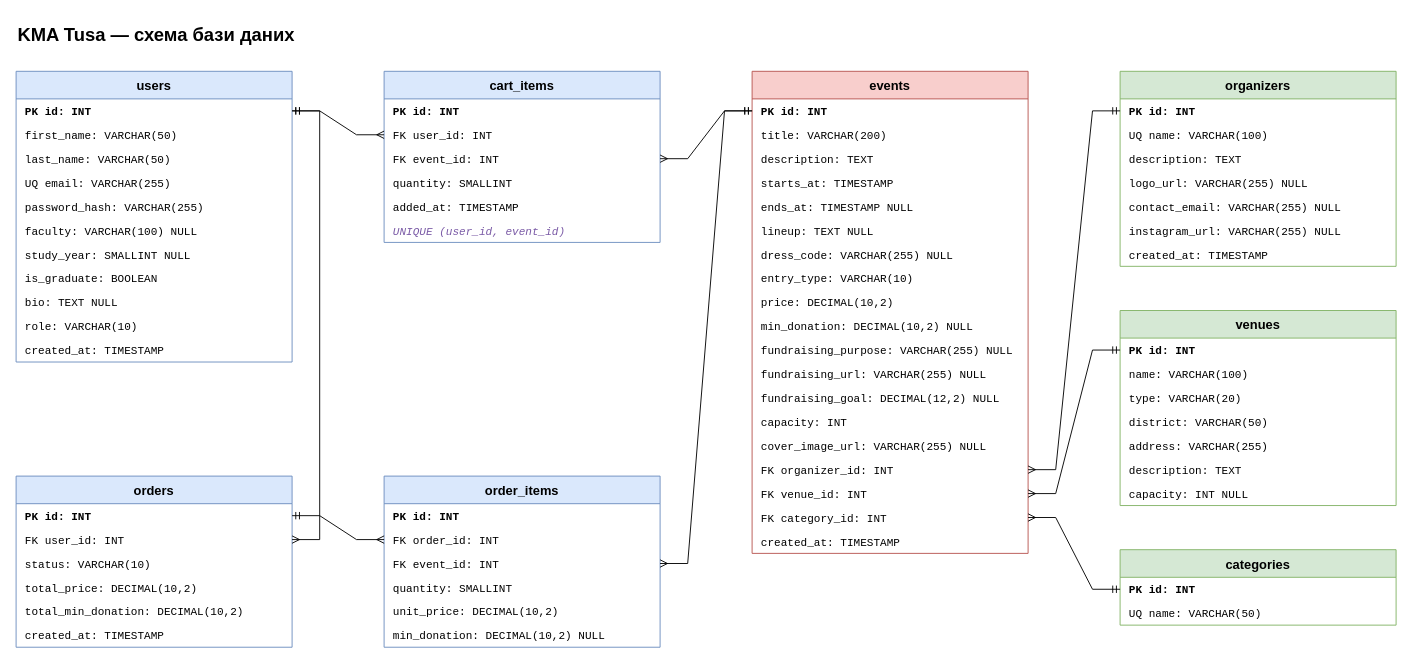
Above: docs/db-schema.drawio in Jorjio0/kma-tusa (draw.io), before the change. Source tidied: cells renumbered, new cells numbered last; positions are measured from the earlier drawing's top-left corner, leaving out a move shared by most shapes. Both pictures are drawn from the tidied source at 92%, with x=0, y=0 at pixel (16, 16).
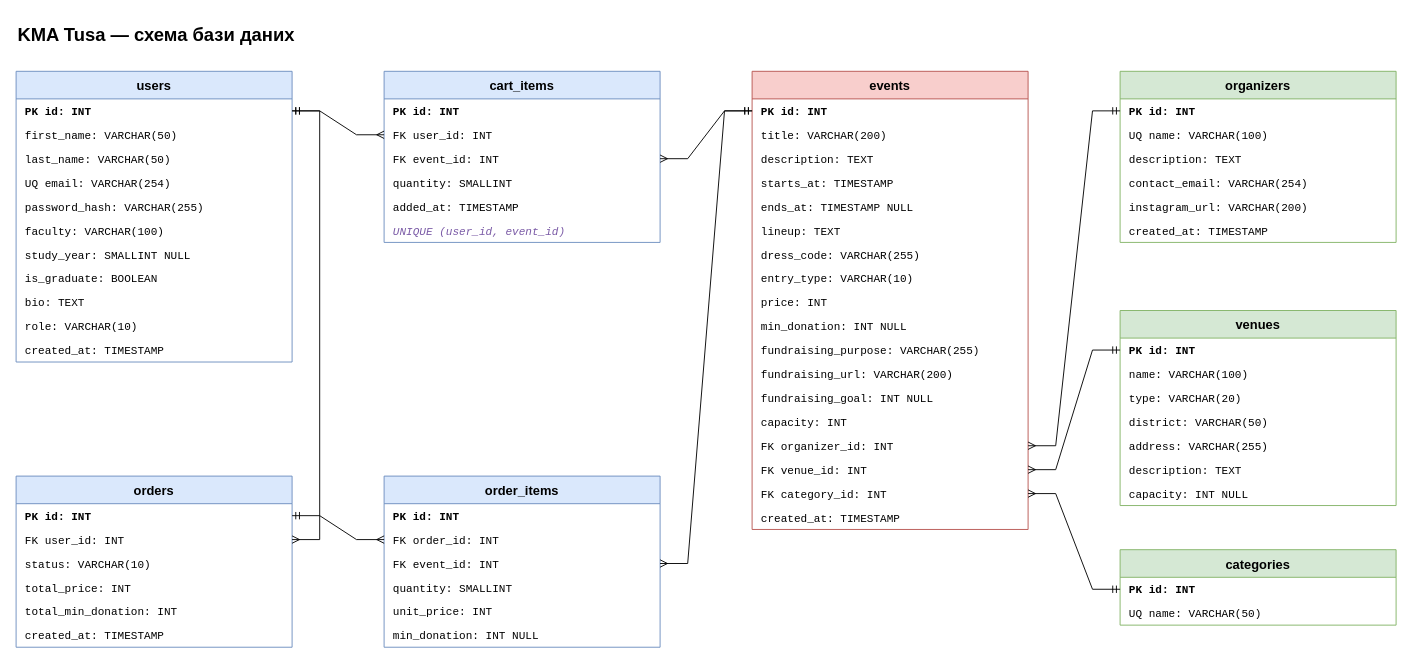
The same diagram, later.

Commit message (it also covers changes not shown here):
Update README and DB schema to match the implemented API

The change refers to these unchanged cells:
```xml
<mxCell id="3" value="users" style="swimlane;fontStyle=1;horizontal=1;startSize=30;fillColor=#dae8fc;strokeColor=#6c8ebf;fontSize=14;" parent="1" vertex="1">
  <mxGeometry y="60" width="300" height="316" as="geometry" />
</mxCell>
<mxCell id="15" value="orders" style="swimlane;fontStyle=1;horizontal=1;startSize=30;fillColor=#dae8fc;strokeColor=#6c8ebf;fontSize=14;" parent="1" vertex="1">
  <mxGeometry y="500" width="300" height="186" as="geometry" />
</mxCell>
<mxCell id="29" value="order_items" style="swimlane;fontStyle=1;horizontal=1;startSize=30;fillColor=#dae8fc;strokeColor=#6c8ebf;fontSize=14;" parent="1" vertex="1">
  <mxGeometry x="400" y="500" width="300" height="186" as="geometry" />
</mxCell>
```

The edit, as a diff of the source:
```diff
@@
-    <mxCell id="7" value="UQ  email: VARCHAR(255)" style="text;strokeColor=none;fillColor=none;align=left;verticalAlign=middle;spacingLeft=8;spacingRight=4;overflow=hidden;fontFamily=Courier New;" parent="3" vertex="1">
+    <mxCell id="7" value="UQ  email: VARCHAR(254)" style="text;strokeColor=none;fillColor=none;align=left;verticalAlign=middle;spacingLeft=8;spacingRight=4;overflow=hidden;fontFamily=Courier New;" parent="3" vertex="1">
       <mxGeometry y="108" width="300" height="26" as="geometry" />
     </mxCell>
@@
-    <mxCell id="9" value="     faculty: VARCHAR(100) NULL" style="text;strokeColor=none;fillColor=none;align=left;verticalAlign=middle;spacingLeft=8;spacingRight=4;overflow=hidden;fontFamily=Courier New;" parent="3" vertex="1">
+    <mxCell id="9" value="     faculty: VARCHAR(100)" style="text;strokeColor=none;fillColor=none;align=left;verticalAlign=middle;spacingLeft=8;spacingRight=4;overflow=hidden;fontFamily=Courier New;" parent="3" vertex="1">
       <mxGeometry y="160" width="300" height="26" as="geometry" />
     </mxCell>
@@
-    <mxCell id="12" value="     bio: TEXT NULL" style="text;strokeColor=none;fillColor=none;align=left;verticalAlign=middle;spacingLeft=8;spacingRight=4;overflow=hidden;fontFamily=Courier New;" parent="3" vertex="1">
+    <mxCell id="12" value="     bio: TEXT" style="text;strokeColor=none;fillColor=none;align=left;verticalAlign=middle;spacingLeft=8;spacingRight=4;overflow=hidden;fontFamily=Courier New;" parent="3" vertex="1">
       <mxGeometry y="238" width="300" height="26" as="geometry" />
     </mxCell>
@@
-    <mxCell id="19" value="     total_price: DECIMAL(10,2)" style="text;strokeColor=none;fillColor=none;align=left;verticalAlign=middle;spacingLeft=8;spacingRight=4;overflow=hidden;fontFamily=Courier New;" parent="15" vertex="1">
+    <mxCell id="19" value="     total_price: INT" style="text;strokeColor=none;fillColor=none;align=left;verticalAlign=middle;spacingLeft=8;spacingRight=4;overflow=hidden;fontFamily=Courier New;" parent="15" vertex="1">
       <mxGeometry y="108" width="300" height="26" as="geometry" />
     </mxCell>
-    <mxCell id="20" value="     total_min_donation: DECIMAL(10,2)" style="text;strokeColor=none;fillColor=none;align=left;verticalAlign=middle;spacingLeft=8;spacingRight=4;overflow=hidden;fontFamily=Courier New;" parent="15" vertex="1">
+    <mxCell id="20" value="     total_min_donation: INT" style="text;strokeColor=none;fillColor=none;align=left;verticalAlign=middle;spacingLeft=8;spacingRight=4;overflow=hidden;fontFamily=Courier New;" parent="15" vertex="1">
       <mxGeometry y="134" width="300" height="26" as="geometry" />
     </mxCell>
@@
-    <mxCell id="34" value="     unit_price: DECIMAL(10,2)" style="text;strokeColor=none;fillColor=none;align=left;verticalAlign=middle;spacingLeft=8;spacingRight=4;overflow=hidden;fontFamily=Courier New;" parent="29" vertex="1">
+    <mxCell id="34" value="     unit_price: INT" style="text;strokeColor=none;fillColor=none;align=left;verticalAlign=middle;spacingLeft=8;spacingRight=4;overflow=hidden;fontFamily=Courier New;" parent="29" vertex="1">
       <mxGeometry y="134" width="300" height="26" as="geometry" />
     </mxCell>
-    <mxCell id="35" value="     min_donation: DECIMAL(10,2) NULL" style="text;strokeColor=none;fillColor=none;align=left;verticalAlign=middle;spacingLeft=8;spacingRight=4;overflow=hidden;fontFamily=Courier New;" parent="29" vertex="1">
+    <mxCell id="35" value="     min_donation: INT NULL" style="text;strokeColor=none;fillColor=none;align=left;verticalAlign=middle;spacingLeft=8;spacingRight=4;overflow=hidden;fontFamily=Courier New;" parent="29" vertex="1">
       <mxGeometry y="160" width="300" height="26" as="geometry" />
     </mxCell>
     <mxCell id="36" value="events" style="swimlane;fontStyle=1;horizontal=1;startSize=30;fillColor=#f8cecc;strokeColor=#b85450;fontSize=14;" parent="1" vertex="1">
-      <mxGeometry x="800" y="60" width="300" height="524" as="geometry" />
+      <mxGeometry x="800" y="60" width="300" height="498" as="geometry" />
     </mxCell>
@@
-    <mxCell id="42" value="     lineup: TEXT NULL" style="text;strokeColor=none;fillColor=none;align=left;verticalAlign=middle;spacingLeft=8;spacingRight=4;overflow=hidden;fontFamily=Courier New;" parent="36" vertex="1">
+    <mxCell id="42" value="     lineup: TEXT" style="text;strokeColor=none;fillColor=none;align=left;verticalAlign=middle;spacingLeft=8;spacingRight=4;overflow=hidden;fontFamily=Courier New;" parent="36" vertex="1">
       <mxGeometry y="160" width="300" height="26" as="geometry" />
     </mxCell>
-    <mxCell id="43" value="     dress_code: VARCHAR(255) NULL" style="text;strokeColor=none;fillColor=none;align=left;verticalAlign=middle;spacingLeft=8;spacingRight=4;overflow=hidden;fontFamily=Courier New;" parent="36" vertex="1">
+    <mxCell id="43" value="     dress_code: VARCHAR(255)" style="text;strokeColor=none;fillColor=none;align=left;verticalAlign=middle;spacingLeft=8;spacingRight=4;overflow=hidden;fontFamily=Courier New;" parent="36" vertex="1">
       <mxGeometry y="186" width="300" height="26" as="geometry" />
     </mxCell>
@@
-    <mxCell id="45" value="     price: DECIMAL(10,2)" style="text;strokeColor=none;fillColor=none;align=left;verticalAlign=middle;spacingLeft=8;spacingRight=4;overflow=hidden;fontFamily=Courier New;" parent="36" vertex="1">
+    <mxCell id="45" value="     price: INT" style="text;strokeColor=none;fillColor=none;align=left;verticalAlign=middle;spacingLeft=8;spacingRight=4;overflow=hidden;fontFamily=Courier New;" parent="36" vertex="1">
       <mxGeometry y="238" width="300" height="26" as="geometry" />
     </mxCell>
-    <mxCell id="46" value="     min_donation: DECIMAL(10,2) NULL" style="text;strokeColor=none;fillColor=none;align=left;verticalAlign=middle;spacingLeft=8;spacingRight=4;overflow=hidden;fontFamily=Courier New;" parent="36" vertex="1">
+    <mxCell id="46" value="     min_donation: INT NULL" style="text;strokeColor=none;fillColor=none;align=left;verticalAlign=middle;spacingLeft=8;spacingRight=4;overflow=hidden;fontFamily=Courier New;" parent="36" vertex="1">
       <mxGeometry y="264" width="300" height="26" as="geometry" />
     </mxCell>
-    <mxCell id="47" value="     fundraising_purpose: VARCHAR(255) NULL" style="text;strokeColor=none;fillColor=none;align=left;verticalAlign=middle;spacingLeft=8;spacingRight=4;overflow=hidden;fontFamily=Courier New;" parent="36" vertex="1">
+    <mxCell id="47" value="     fundraising_purpose: VARCHAR(255)" style="text;strokeColor=none;fillColor=none;align=left;verticalAlign=middle;spacingLeft=8;spacingRight=4;overflow=hidden;fontFamily=Courier New;" parent="36" vertex="1">
       <mxGeometry y="290" width="300" height="26" as="geometry" />
     </mxCell>
-    <mxCell id="48" value="     fundraising_url: VARCHAR(255) NULL" style="text;strokeColor=none;fillColor=none;align=left;verticalAlign=middle;spacingLeft=8;spacingRight=4;overflow=hidden;fontFamily=Courier New;" parent="36" vertex="1">
+    <mxCell id="48" value="     fundraising_url: VARCHAR(200)" style="text;strokeColor=none;fillColor=none;align=left;verticalAlign=middle;spacingLeft=8;spacingRight=4;overflow=hidden;fontFamily=Courier New;" parent="36" vertex="1">
       <mxGeometry y="316" width="300" height="26" as="geometry" />
     </mxCell>
-    <mxCell id="49" value="     fundraising_goal: DECIMAL(12,2) NULL" style="text;strokeColor=none;fillColor=none;align=left;verticalAlign=middle;spacingLeft=8;spacingRight=4;overflow=hidden;fontFamily=Courier New;" parent="36" vertex="1">
+    <mxCell id="49" value="     fundraising_goal: INT NULL" style="text;strokeColor=none;fillColor=none;align=left;verticalAlign=middle;spacingLeft=8;spacingRight=4;overflow=hidden;fontFamily=Courier New;" parent="36" vertex="1">
       <mxGeometry y="342" width="300" height="26" as="geometry" />
     </mxCell>
@@
-    <mxCell id="51" value="     cover_image_url: VARCHAR(255) NULL" style="text;strokeColor=none;fillColor=none;align=left;verticalAlign=middle;spacingLeft=8;spacingRight=4;overflow=hidden;fontFamily=Courier New;" parent="36" vertex="1">
-      <mxGeometry y="394" width="300" height="26" as="geometry" />
-    </mxCell>
     <mxCell id="52" value="FK  organizer_id: INT" style="text;strokeColor=none;fillColor=none;align=left;verticalAlign=middle;spacingLeft=8;spacingRight=4;overflow=hidden;points=[[0,0.5],[1,0.5]];portConstraint=eastwest;fontFamily=Courier New;" parent="36" vertex="1">
-      <mxGeometry y="420" width="300" height="26" as="geometry" />
+      <mxGeometry y="394" width="300" height="26" as="geometry" />
     </mxCell>
     <mxCell id="53" value="FK  venue_id: INT" style="text;strokeColor=none;fillColor=none;align=left;verticalAlign=middle;spacingLeft=8;spacingRight=4;overflow=hidden;points=[[0,0.5],[1,0.5]];portConstraint=eastwest;fontFamily=Courier New;" parent="36" vertex="1">
-      <mxGeometry y="446" width="300" height="26" as="geometry" />
+      <mxGeometry y="420" width="300" height="26" as="geometry" />
     </mxCell>
     <mxCell id="54" value="FK  category_id: INT" style="text;strokeColor=none;fillColor=none;align=left;verticalAlign=middle;spacingLeft=8;spacingRight=4;overflow=hidden;points=[[0,0.5],[1,0.5]];portConstraint=eastwest;fontFamily=Courier New;" parent="36" vertex="1">
-      <mxGeometry y="472" width="300" height="26" as="geometry" />
+      <mxGeometry y="446" width="300" height="26" as="geometry" />
     </mxCell>
     <mxCell id="55" value="     created_at: TIMESTAMP" style="text;strokeColor=none;fillColor=none;align=left;verticalAlign=middle;spacingLeft=8;spacingRight=4;overflow=hidden;fontFamily=Courier New;" parent="36" vertex="1">
-      <mxGeometry y="498" width="300" height="26" as="geometry" />
+      <mxGeometry y="472" width="300" height="26" as="geometry" />
     </mxCell>
     <mxCell id="56" value="organizers" style="swimlane;fontStyle=1;horizontal=1;startSize=30;fillColor=#d5e8d4;strokeColor=#82b366;fontSize=14;" parent="1" vertex="1">
-      <mxGeometry x="1200" y="60" width="300" height="212" as="geometry" />
+      <mxGeometry x="1200" y="60" width="300" height="186" as="geometry" />
     </mxCell>
@@
-    <mxCell id="60" value="     logo_url: VARCHAR(255) NULL" style="text;strokeColor=none;fillColor=none;align=left;verticalAlign=middle;spacingLeft=8;spacingRight=4;overflow=hidden;fontFamily=Courier New;" parent="56" vertex="1">
-      <mxGeometry y="108" width="300" height="26" as="geometry" />
-    </mxCell>
-    <mxCell id="61" value="     contact_email: VARCHAR(255) NULL" style="text;strokeColor=none;fillColor=none;align=left;verticalAlign=middle;spacingLeft=8;spacingRight=4;overflow=hidden;fontFamily=Courier New;" parent="56" vertex="1">
-      <mxGeometry y="134" width="300" height="26" as="geometry" />
+    <mxCell id="61" value="     contact_email: VARCHAR(254)" style="text;strokeColor=none;fillColor=none;align=left;verticalAlign=middle;spacingLeft=8;spacingRight=4;overflow=hidden;fontFamily=Courier New;" parent="56" vertex="1">
+      <mxGeometry y="108" width="300" height="26" as="geometry" />
     </mxCell>
-    <mxCell id="62" value="     instagram_url: VARCHAR(255) NULL" style="text;strokeColor=none;fillColor=none;align=left;verticalAlign=middle;spacingLeft=8;spacingRight=4;overflow=hidden;fontFamily=Courier New;" parent="56" vertex="1">
-      <mxGeometry y="160" width="300" height="26" as="geometry" />
+    <mxCell id="62" value="     instagram_url: VARCHAR(200)" style="text;strokeColor=none;fillColor=none;align=left;verticalAlign=middle;spacingLeft=8;spacingRight=4;overflow=hidden;fontFamily=Courier New;" parent="56" vertex="1">
+      <mxGeometry y="134" width="300" height="26" as="geometry" />
     </mxCell>
     <mxCell id="63" value="     created_at: TIMESTAMP" style="text;strokeColor=none;fillColor=none;align=left;verticalAlign=middle;spacingLeft=8;spacingRight=4;overflow=hidden;fontFamily=Courier New;" parent="56" vertex="1">
-      <mxGeometry y="186" width="300" height="26" as="geometry" />
+      <mxGeometry y="160" width="300" height="26" as="geometry" />
     </mxCell>
```
